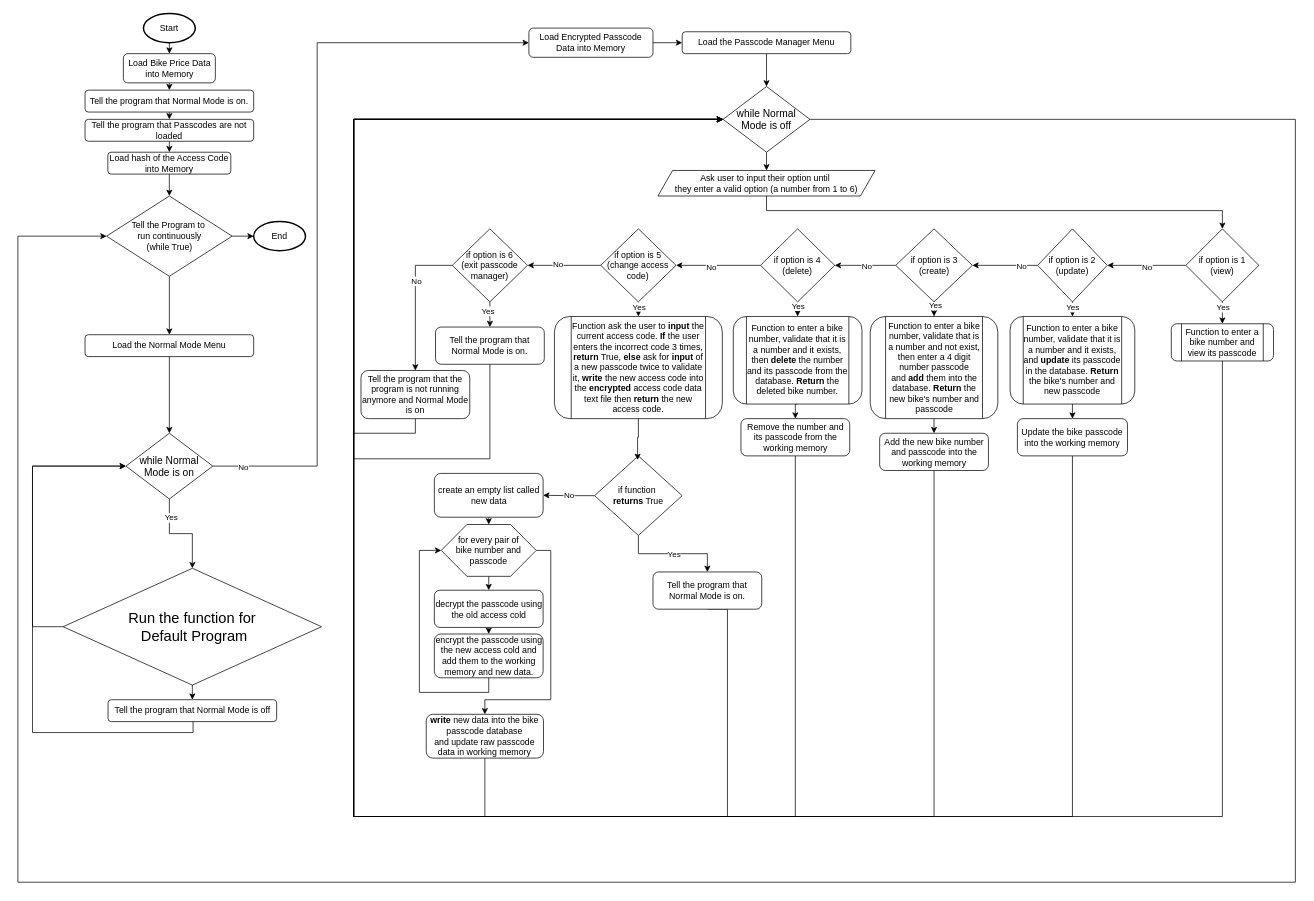
This is Untitled Diagram.drawio from bun781/cortado, a draw.io file, before an edit. Source tidied: cells renumbered, new cells numbered last; positions are measured from the earlier drawing's top-left corner, leaving out a move shared by most shapes. Both pictures are drawn from the tidied source at 73%, with x=0, y=0 at pixel (18, 13).
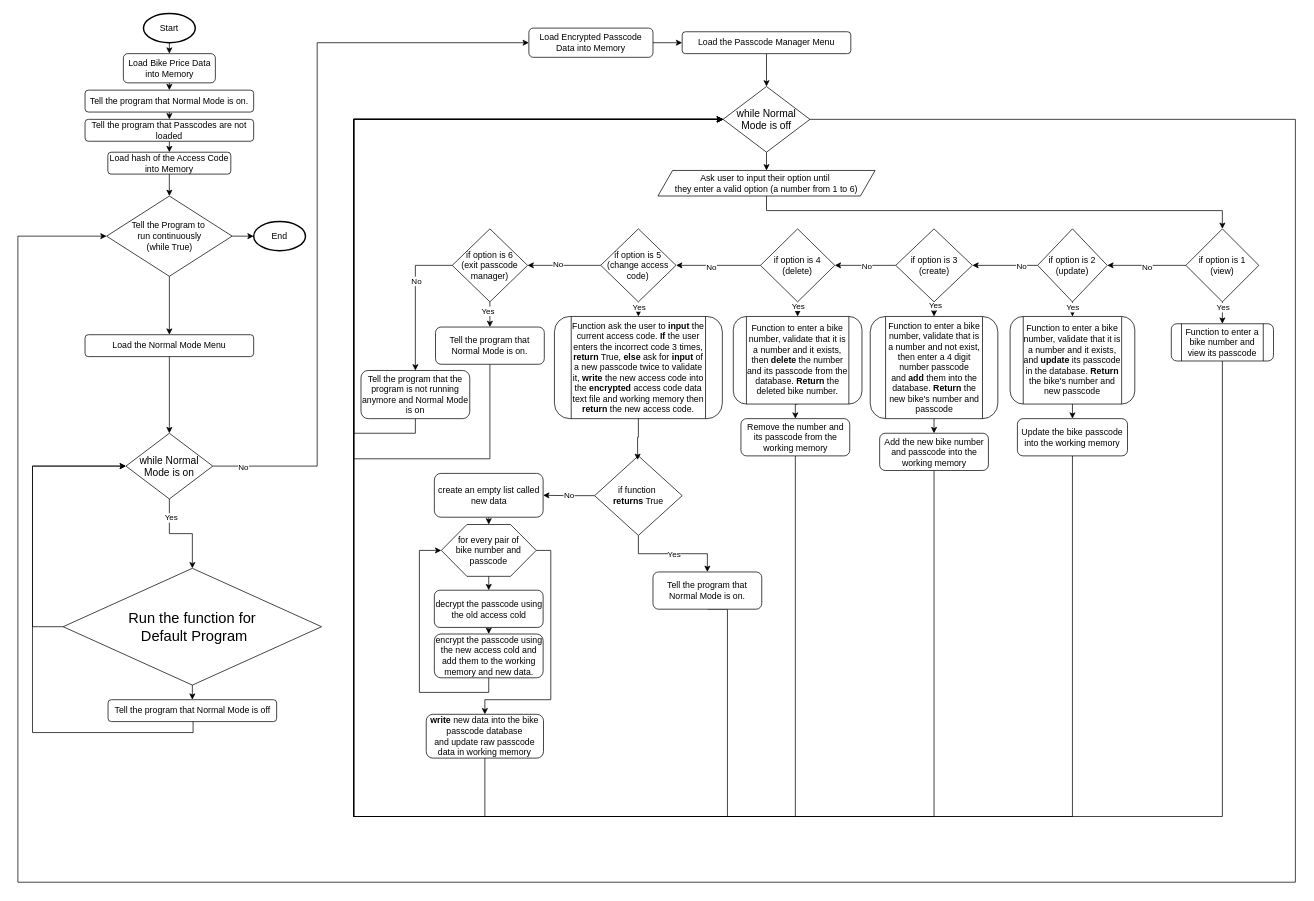
Above is the later version.

Change to the diagram source:
```diff
@@
-    <mxCell id="63" value="Function ask the user to &lt;b&gt;input&lt;/b&gt; the current access code.&lt;b&gt; If&lt;/b&gt; the user enters the incorrect code 3 times, &lt;b&gt;return &lt;/b&gt;True, &lt;b&gt;else &lt;/b&gt;ask for &lt;b&gt;input&lt;/b&gt; of a new passcode twice to validate it, &lt;b&gt;write&lt;/b&gt; the new access code into the &lt;b&gt;encrypted &lt;/b&gt;access code data text file then &lt;b&gt;return &lt;/b&gt;the new access code." style="rounded=1;whiteSpace=wrap;html=1;shape=process;backgroundOutline=1;" parent="1" vertex="1">
+    <mxCell id="63" value="Function ask the user to &lt;b&gt;input&lt;/b&gt; the current access code.&lt;b&gt; If&lt;/b&gt; the user enters the incorrect code 3 times, &lt;b&gt;return &lt;/b&gt;True, &lt;b&gt;else &lt;/b&gt;ask for &lt;b&gt;input&lt;/b&gt; of a new passcode twice to validate it, &lt;b&gt;write&lt;/b&gt; the new access code into the &lt;b&gt;encrypted &lt;/b&gt;access code data text file and working memory then &lt;b&gt;return &lt;/b&gt;the new access code." style="rounded=1;whiteSpace=wrap;html=1;shape=process;backgroundOutline=1;" parent="1" vertex="1">
       <mxGeometry x="735" y="415" width="230" height="140" as="geometry" />
     </mxCell>
```
